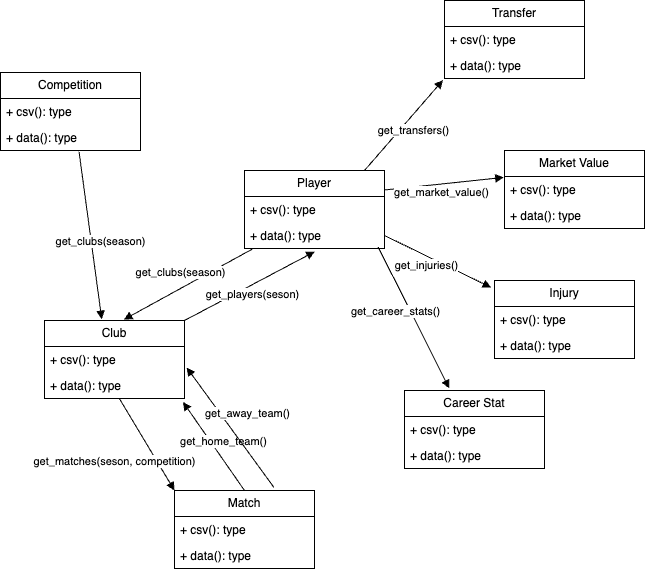
The draw.io diagram public/tmquery_uml.png in franz38/tm-scraper, before a commit. Source tidied: cells renumbered, new cells last; positions are measured from the earlier drawing's top-left corner, leaving out a move shared by most shapes.
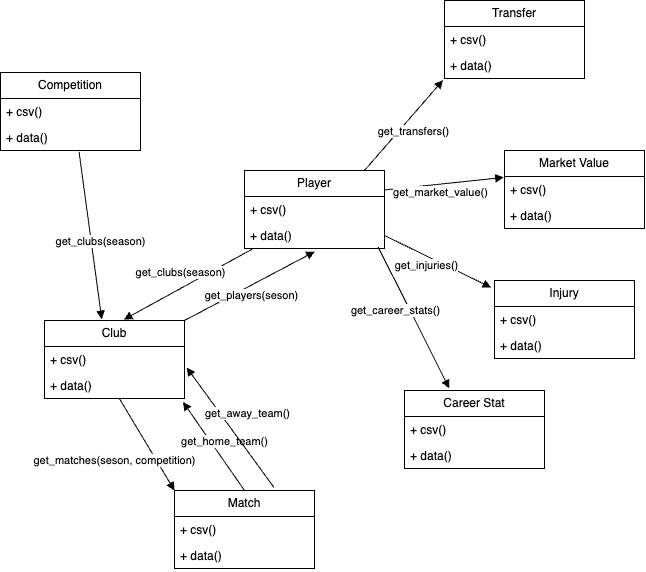
The same diagram one commit later.

Diff of the diagram source:
```diff
@@ -5,19 +5,19 @@
     <mxCell id="2" value="Player" style="swimlane;fontStyle=0;horizontal=1;startSize=26;fillColor=none;whiteSpace=wrap;html=1;" parent="1" vertex="1">
       <mxGeometry x="244" y="170" width="140" height="78" as="geometry" />
     </mxCell>
-    <mxCell id="3" value="+ csv(): type" style="text;strokeColor=none;fillColor=none;align=left;verticalAlign=top;spacingLeft=4;spacingRight=4;overflow=hidden;whiteSpace=wrap;html=1;" parent="2" vertex="1">
+    <mxCell id="3" value="+ csv()" style="text;strokeColor=none;fillColor=none;align=left;verticalAlign=top;spacingLeft=4;spacingRight=4;overflow=hidden;whiteSpace=wrap;html=1;" parent="2" vertex="1">
       <mxGeometry y="26" width="140" height="26" as="geometry" />
     </mxCell>
-    <mxCell id="4" value="+ data(): type" style="text;strokeColor=none;fillColor=none;align=left;verticalAlign=top;spacingLeft=4;spacingRight=4;overflow=hidden;points=[[0,0.5],[1,0.5]];portConstraint=eastwest;whiteSpace=wrap;html=1;" parent="2" vertex="1">
+    <mxCell id="4" value="+ data()" style="text;strokeColor=none;fillColor=none;align=left;verticalAlign=top;spacingLeft=4;spacingRight=4;overflow=hidden;points=[[0,0.5],[1,0.5]];portConstraint=eastwest;whiteSpace=wrap;html=1;" parent="2" vertex="1">
       <mxGeometry y="52" width="140" height="26" as="geometry" />
     </mxCell>
     <mxCell id="5" value="Club" style="swimlane;fontStyle=0;horizontal=1;startSize=26;fillColor=none;whiteSpace=wrap;html=1;" parent="1" vertex="1">
       <mxGeometry x="44" y="320" width="140" height="78" as="geometry" />
     </mxCell>
-    <mxCell id="6" value="+ csv(): type" style="text;strokeColor=none;fillColor=none;align=left;verticalAlign=top;spacingLeft=4;spacingRight=4;overflow=hidden;points=[[0,0.5],[1,0.5]];portConstraint=eastwest;whiteSpace=wrap;html=1;" parent="5" vertex="1">
+    <mxCell id="6" value="+ csv()" style="text;strokeColor=none;fillColor=none;align=left;verticalAlign=top;spacingLeft=4;spacingRight=4;overflow=hidden;points=[[0,0.5],[1,0.5]];portConstraint=eastwest;whiteSpace=wrap;html=1;" parent="5" vertex="1">
       <mxGeometry y="26" width="140" height="26" as="geometry" />
     </mxCell>
-    <mxCell id="7" value="+ data(): type" style="text;strokeColor=none;fillColor=none;align=left;verticalAlign=top;spacingLeft=4;spacingRight=4;overflow=hidden;points=[[0,0.5],[1,0.5]];portConstraint=eastwest;whiteSpace=wrap;html=1;" parent="5" vertex="1">
+    <mxCell id="7" value="+ data()" style="text;strokeColor=none;fillColor=none;align=left;verticalAlign=top;spacingLeft=4;spacingRight=4;overflow=hidden;points=[[0,0.5],[1,0.5]];portConstraint=eastwest;whiteSpace=wrap;html=1;" parent="5" vertex="1">
       <mxGeometry y="52" width="140" height="26" as="geometry" />
     </mxCell>
     <mxCell id="8" value="get_clubs(season)" style="html=1;verticalAlign=bottom;endArrow=block;curved=0;rounded=0;entryX=0.567;entryY=-0.012;entryDx=0;entryDy=0;exitX=0.054;exitY=1.028;exitDx=0;exitDy=0;exitPerimeter=0;entryPerimeter=0;" parent="1" edge="1" source="4" target="5">
@@ -31,10 +31,10 @@
     <mxCell id="10" value="Transfer" style="swimlane;fontStyle=0;horizontal=1;startSize=26;fillColor=none;whiteSpace=wrap;html=1;" parent="1" vertex="1">
       <mxGeometry x="444" width="140" height="78" as="geometry" />
     </mxCell>
-    <mxCell id="11" value="+ csv(): type" style="text;strokeColor=none;fillColor=none;align=left;verticalAlign=top;spacingLeft=4;spacingRight=4;overflow=hidden;whiteSpace=wrap;html=1;" parent="10" vertex="1">
+    <mxCell id="11" value="+ csv()" style="text;strokeColor=none;fillColor=none;align=left;verticalAlign=top;spacingLeft=4;spacingRight=4;overflow=hidden;whiteSpace=wrap;html=1;" parent="10" vertex="1">
       <mxGeometry y="26" width="140" height="26" as="geometry" />
     </mxCell>
-    <mxCell id="12" value="+ data(): type" style="text;strokeColor=none;fillColor=none;align=left;verticalAlign=top;spacingLeft=4;spacingRight=4;overflow=hidden;points=[[0,0.5],[1,0.5]];portConstraint=eastwest;whiteSpace=wrap;html=1;" parent="10" vertex="1">
+    <mxCell id="12" value="+ data()" style="text;strokeColor=none;fillColor=none;align=left;verticalAlign=top;spacingLeft=4;spacingRight=4;overflow=hidden;points=[[0,0.5],[1,0.5]];portConstraint=eastwest;whiteSpace=wrap;html=1;" parent="10" vertex="1">
       <mxGeometry y="52" width="140" height="26" as="geometry" />
     </mxCell>
     <mxCell id="13" value="get_transfers()" style="html=1;verticalAlign=bottom;endArrow=block;curved=0;rounded=0;entryX=-0.011;entryY=1.063;entryDx=0;entryDy=0;entryPerimeter=0;exitX=0.857;exitY=0;exitDx=0;exitDy=0;exitPerimeter=0;" parent="1" edge="1" source="2" target="12">
@@ -43,10 +43,10 @@
     <mxCell id="14" value="Market Value" style="swimlane;fontStyle=0;horizontal=1;startSize=26;fillColor=none;whiteSpace=wrap;html=1;" parent="1" vertex="1">
       <mxGeometry x="504" y="150" width="140" height="78" as="geometry" />
     </mxCell>
-    <mxCell id="15" value="+ csv(): type" style="text;strokeColor=none;fillColor=none;align=left;verticalAlign=top;spacingLeft=4;spacingRight=4;overflow=hidden;points=[[0,0.5],[1,0.5]];portConstraint=eastwest;whiteSpace=wrap;html=1;" parent="14" vertex="1">
+    <mxCell id="15" value="+ csv()" style="text;strokeColor=none;fillColor=none;align=left;verticalAlign=top;spacingLeft=4;spacingRight=4;overflow=hidden;points=[[0,0.5],[1,0.5]];portConstraint=eastwest;whiteSpace=wrap;html=1;" parent="14" vertex="1">
       <mxGeometry y="26" width="140" height="26" as="geometry" />
     </mxCell>
-    <mxCell id="16" value="+ data(): type" style="text;strokeColor=none;fillColor=none;align=left;verticalAlign=top;spacingLeft=4;spacingRight=4;overflow=hidden;whiteSpace=wrap;html=1;" parent="14" vertex="1">
+    <mxCell id="16" value="+ data()" style="text;strokeColor=none;fillColor=none;align=left;verticalAlign=top;spacingLeft=4;spacingRight=4;overflow=hidden;whiteSpace=wrap;html=1;" parent="14" vertex="1">
       <mxGeometry y="52" width="140" height="26" as="geometry" />
     </mxCell>
     <mxCell id="17" value="get_market_value()" style="html=1;verticalAlign=bottom;endArrow=block;curved=0;rounded=0;entryX=-0.005;entryY=0.035;entryDx=0;entryDy=0;entryPerimeter=0;exitX=1;exitY=0.25;exitDx=0;exitDy=0;" parent="1" edge="1" source="2" target="15">
@@ -55,10 +55,10 @@
     <mxCell id="18" value="Injury" style="swimlane;fontStyle=0;horizontal=1;startSize=26;fillColor=none;whiteSpace=wrap;html=1;" parent="1" vertex="1">
       <mxGeometry x="494" y="280" width="140" height="78" as="geometry" />
     </mxCell>
-    <mxCell id="19" value="+ csv(): type" style="text;strokeColor=none;fillColor=none;align=left;verticalAlign=top;spacingLeft=4;spacingRight=4;overflow=hidden;whiteSpace=wrap;html=1;" parent="18" vertex="1">
+    <mxCell id="19" value="+ csv()" style="text;strokeColor=none;fillColor=none;align=left;verticalAlign=top;spacingLeft=4;spacingRight=4;overflow=hidden;whiteSpace=wrap;html=1;" parent="18" vertex="1">
       <mxGeometry y="26" width="140" height="26" as="geometry" />
     </mxCell>
-    <mxCell id="20" value="+ data(): type" style="text;strokeColor=none;fillColor=none;align=left;verticalAlign=top;spacingLeft=4;spacingRight=4;overflow=hidden;whiteSpace=wrap;html=1;" parent="18" vertex="1">
+    <mxCell id="20" value="+ data()" style="text;strokeColor=none;fillColor=none;align=left;verticalAlign=top;spacingLeft=4;spacingRight=4;overflow=hidden;whiteSpace=wrap;html=1;" parent="18" vertex="1">
       <mxGeometry y="52" width="140" height="26" as="geometry" />
     </mxCell>
     <mxCell id="21" value="get_injuries()" style="html=1;verticalAlign=bottom;endArrow=block;curved=0;rounded=0;entryX=-0.024;entryY=0.089;entryDx=0;entryDy=0;entryPerimeter=0;exitX=1;exitY=0.5;exitDx=0;exitDy=0;" parent="1" edge="1" source="4" target="18">
@@ -67,10 +67,10 @@
     <mxCell id="22" value="Career Stat" style="swimlane;fontStyle=0;horizontal=1;startSize=26;fillColor=none;whiteSpace=wrap;html=1;" parent="1" vertex="1">
       <mxGeometry x="404" y="390" width="140" height="78" as="geometry" />
     </mxCell>
-    <mxCell id="23" value="+ csv(): type" style="text;strokeColor=none;fillColor=none;align=left;verticalAlign=top;spacingLeft=4;spacingRight=4;overflow=hidden;whiteSpace=wrap;html=1;" parent="22" vertex="1">
+    <mxCell id="23" value="+ csv()" style="text;strokeColor=none;fillColor=none;align=left;verticalAlign=top;spacingLeft=4;spacingRight=4;overflow=hidden;whiteSpace=wrap;html=1;" parent="22" vertex="1">
       <mxGeometry y="26" width="140" height="26" as="geometry" />
     </mxCell>
-    <mxCell id="24" value="+ data(): type" style="text;strokeColor=none;fillColor=none;align=left;verticalAlign=top;spacingLeft=4;spacingRight=4;overflow=hidden;whiteSpace=wrap;html=1;" parent="22" vertex="1">
+    <mxCell id="24" value="+ data()" style="text;strokeColor=none;fillColor=none;align=left;verticalAlign=top;spacingLeft=4;spacingRight=4;overflow=hidden;whiteSpace=wrap;html=1;" parent="22" vertex="1">
       <mxGeometry y="52" width="140" height="26" as="geometry" />
     </mxCell>
     <mxCell id="25" value="get_career_stats()" style="html=1;verticalAlign=bottom;endArrow=block;curved=0;rounded=0;entryX=0.32;entryY=-0.028;entryDx=0;entryDy=0;entryPerimeter=0;exitX=0.955;exitY=0.946;exitDx=0;exitDy=0;exitPerimeter=0;" parent="1" edge="1" source="4" target="22">
@@ -79,10 +79,10 @@
     <mxCell id="26" value="Match" style="swimlane;fontStyle=0;horizontal=1;startSize=26;fillColor=none;whiteSpace=wrap;html=1;" parent="1" vertex="1">
       <mxGeometry x="174" y="490" width="140" height="78" as="geometry" />
     </mxCell>
-    <mxCell id="27" value="+ csv(): type" style="text;strokeColor=none;fillColor=none;align=left;verticalAlign=top;spacingLeft=4;spacingRight=4;overflow=hidden;whiteSpace=wrap;html=1;" parent="26" vertex="1">
+    <mxCell id="27" value="+ csv()" style="text;strokeColor=none;fillColor=none;align=left;verticalAlign=top;spacingLeft=4;spacingRight=4;overflow=hidden;whiteSpace=wrap;html=1;" parent="26" vertex="1">
       <mxGeometry y="26" width="140" height="26" as="geometry" />
     </mxCell>
-    <mxCell id="28" value="+ data(): type" style="text;strokeColor=none;fillColor=none;align=left;verticalAlign=top;spacingLeft=4;spacingRight=4;overflow=hidden;whiteSpace=wrap;html=1;" parent="26" vertex="1">
+    <mxCell id="28" value="+ data()" style="text;strokeColor=none;fillColor=none;align=left;verticalAlign=top;spacingLeft=4;spacingRight=4;overflow=hidden;whiteSpace=wrap;html=1;" parent="26" vertex="1">
       <mxGeometry y="52" width="140" height="26" as="geometry" />
     </mxCell>
     <mxCell id="29" value="get_matches(seson, competition)" style="html=1;verticalAlign=bottom;endArrow=block;curved=0;rounded=0;entryX=0;entryY=0;entryDx=0;entryDy=0;exitX=0.534;exitY=0.993;exitDx=0;exitDy=0;exitPerimeter=0;" parent="1" edge="1" source="7" target="26">
@@ -97,10 +97,10 @@
     <mxCell id="32" value="Competition" style="swimlane;fontStyle=0;horizontal=1;startSize=26;fillColor=none;whiteSpace=wrap;html=1;" parent="1" vertex="1">
       <mxGeometry y="72" width="140" height="78" as="geometry" />
     </mxCell>
-    <mxCell id="33" value="+ csv(): type" style="text;strokeColor=none;fillColor=none;align=left;verticalAlign=top;spacingLeft=4;spacingRight=4;overflow=hidden;whiteSpace=wrap;html=1;" parent="32" vertex="1">
+    <mxCell id="33" value="+ csv()" style="text;strokeColor=none;fillColor=none;align=left;verticalAlign=top;spacingLeft=4;spacingRight=4;overflow=hidden;whiteSpace=wrap;html=1;" parent="32" vertex="1">
       <mxGeometry y="26" width="140" height="26" as="geometry" />
     </mxCell>
-    <mxCell id="34" value="+ data(): type" style="text;strokeColor=none;fillColor=none;align=left;verticalAlign=top;spacingLeft=4;spacingRight=4;overflow=hidden;points=[[0,0.5],[1,0.5]];portConstraint=eastwest;whiteSpace=wrap;html=1;" parent="32" vertex="1">
+    <mxCell id="34" value="+ data()" style="text;strokeColor=none;fillColor=none;align=left;verticalAlign=top;spacingLeft=4;spacingRight=4;overflow=hidden;points=[[0,0.5],[1,0.5]];portConstraint=eastwest;whiteSpace=wrap;html=1;" parent="32" vertex="1">
       <mxGeometry y="52" width="140" height="26" as="geometry" />
     </mxCell>
     <mxCell id="35" value="get_clubs(season)" style="html=1;verticalAlign=bottom;endArrow=block;curved=0;rounded=0;entryX=0.409;entryY=-0.017;entryDx=0;entryDy=0;exitX=0.561;exitY=1.05;exitDx=0;exitDy=0;exitPerimeter=0;entryPerimeter=0;" parent="1" edge="1" source="34" target="5">
```
